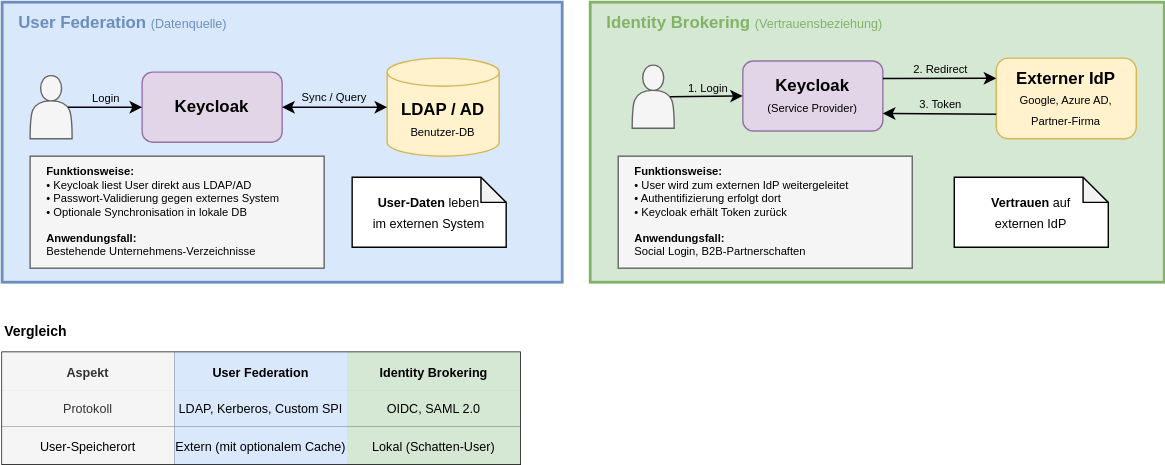
This is slides/07-identity-provider-foederation/images/federation_vs_brokering.drawio.svg from it-erben/training-keycloak, a draw.io export, as it was before one commit. Source tidied: cells renumbered, new cells last; positions are measured from the earlier drawing's top-left corner, leaving out a move shared by most shapes.
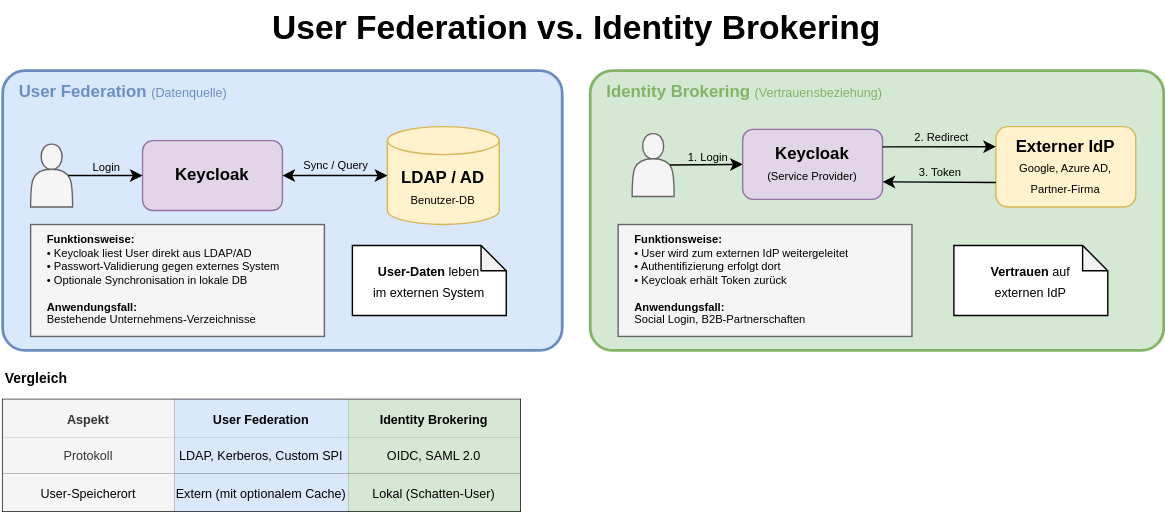
The same diagram one commit later.

The edit, as a diff of the source:
```diff
@@ -2,7 +2,7 @@
   <root>
     <mxCell id="0" />
     <mxCell id="1" parent="0" />
-    <mxCell id="2" style="rounded=0;whiteSpace=wrap;html=1;fillColor=#dae8fc;strokeColor=#6c8ebf;strokeWidth=2;" parent="1" vertex="1">
+    <mxCell id="2" style="rounded=1;whiteSpace=wrap;html=1;fillColor=#dae8fc;strokeColor=#6c8ebf;strokeWidth=2;arcSize=8;" parent="1" vertex="1">
       <mxGeometry width="400" height="200" as="geometry" />
     </mxCell>
     <mxCell id="3" value="&lt;b style=&quot;font-size:12px&quot;&gt;User Federation&lt;/b&gt; &lt;font style=&quot;font-size:9px&quot;&gt;(Datenquelle)&lt;/font&gt;" style="text;html=1;strokeColor=none;fillColor=none;align=left;verticalAlign=middle;whiteSpace=wrap;rounded=0;fontColor=#6c8ebf;" parent="1" vertex="1">
@@ -26,7 +26,7 @@
     <mxCell id="9" value="&lt;font&gt;&lt;b&gt;Funktionsweise:&lt;/b&gt;&lt;br&gt;• Keycloak liest User direkt aus LDAP/AD&lt;br&gt;• Passwort-Validierung gegen externes System&lt;br&gt;• Optionale Synchronisation in lokale DB&lt;br&gt;&lt;br&gt;&lt;b&gt;Anwendungsfall:&lt;/b&gt;&lt;br&gt;Bestehende Unternehmens-Verzeichnisse&lt;/font&gt;" style="rounded=0;whiteSpace=wrap;html=1;fillColor=#f5f5f5;strokeColor=#666666;align=left;fontSize=8;spacingLeft=10;" parent="1" vertex="1">
       <mxGeometry x="20" y="110" width="210" height="80" as="geometry" />
     </mxCell>
-    <mxCell id="10" style="rounded=0;whiteSpace=wrap;html=1;fillColor=#d5e8d4;strokeColor=#82b366;strokeWidth=2;" parent="1" vertex="1">
+    <mxCell id="10" style="rounded=1;whiteSpace=wrap;html=1;fillColor=#d5e8d4;strokeColor=#82b366;strokeWidth=2;arcSize=8;" parent="1" vertex="1">
       <mxGeometry x="420" width="410" height="200" as="geometry" />
     </mxCell>
     <mxCell id="11" value="&lt;b style=&quot;font-size:12px&quot;&gt;Identity Brokering&lt;/b&gt; &lt;font style=&quot;font-size:9px&quot;&gt;(Vertrauensbeziehung)&lt;/font&gt;" style="text;html=1;strokeColor=none;fillColor=none;align=left;verticalAlign=middle;whiteSpace=wrap;rounded=0;fontColor=#82b366;" parent="1" vertex="1">
@@ -56,7 +56,7 @@
       <mxGeometry x="440" y="110" width="210" height="80" as="geometry" />
     </mxCell>
     <mxCell id="19" value="&lt;b style=&quot;font-size:10px&quot;&gt;Vergleich&lt;/b&gt;" style="text;html=1;strokeColor=none;fillColor=none;align=left;verticalAlign=middle;whiteSpace=wrap;rounded=0;" parent="1" vertex="1">
-      <mxGeometry y="225" width="80" height="20" as="geometry" />
+      <mxGeometry y="210" width="80" height="20" as="geometry" />
     </mxCell>
     <mxCell id="20" value="&lt;b style=&quot;font-size: 9px;&quot;&gt;User-Daten&lt;/b&gt;&lt;span style=&quot;font-size: 9px;&quot;&gt;&amp;nbsp;leben&lt;/span&gt;&lt;br style=&quot;font-size: 9px;&quot;&gt;&lt;span style=&quot;font-size: 9px;&quot;&gt;im externen System&lt;/span&gt;" style="shape=note;whiteSpace=wrap;html=1;backgroundOutline=1;darkOpacity=0.05;size=18;" parent="1" vertex="1">
       <mxGeometry x="250" y="125" width="110" height="50" as="geometry" />
@@ -65,7 +65,7 @@
       <mxGeometry x="680" y="125" width="110" height="50" as="geometry" />
     </mxCell>
     <mxCell id="22" style="shape=table;startSize=0;" parent="1" vertex="1">
-      <mxGeometry y="250" width="370" height="80" as="geometry" />
+      <mxGeometry y="235" width="370" height="80" as="geometry" />
     </mxCell>
     <mxCell id="23" style="shape=tableRow;horizontal=0;startSize=0;swimlaneHead=0;swimlaneBody=0;strokeColor=inherit;top=0;left=0;bottom=0;right=0;fillColor=none;" parent="22" vertex="1">
       <mxGeometry width="370" height="27" as="geometry" />
@@ -103,5 +103,8 @@
     <mxCell id="34" value="&lt;span style=&quot;font-size: 9px;&quot;&gt;Lokal (Schatten-User)&lt;/span&gt;" style="shape=partialRectangle;html=1;whiteSpace=wrap;strokeColor=#82b366;overflow=hidden;fillColor=#d5e8d4;top=0;left=0;bottom=0;right=0;" parent="31" vertex="1">
       <mxGeometry x="247" width="123" height="27" as="geometry" />
     </mxCell>
+    <mxCell id="35" value="User Federation vs. Identity Brokering" style="text;strokeColor=none;fillColor=none;html=1;fontSize=24;fontStyle=1;verticalAlign=middle;align=center;" parent="1" vertex="1">
+      <mxGeometry x="360" y="-50" width="100" height="40" as="geometry" />
+    </mxCell>
   </root>
 </mxGraphModel>
```
